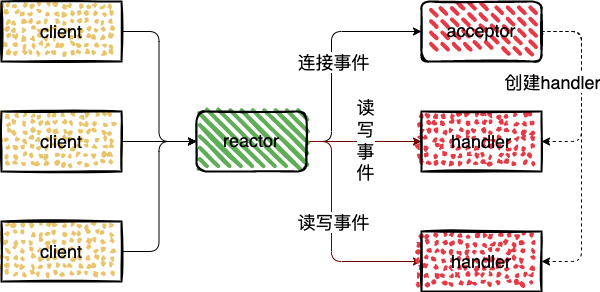
Earlier version of the draw.io export img/redis/redis-reactor.png (boilingfrog/Go-POINT). Source tidied: cells renumbered, new cells last; positions are measured from the earlier drawing's top-left corner, leaving out a move shared by most shapes.
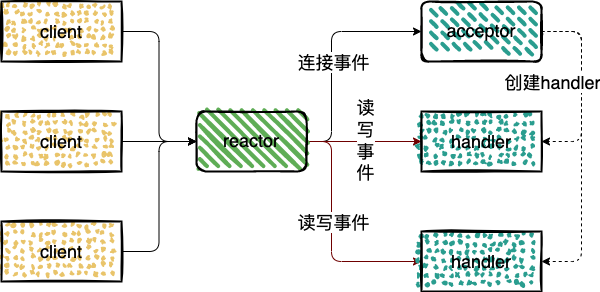
The same diagram one commit later.

Commit message:
feat:redis 中的原子性

The edit, as a diff of the source:
```diff
@@ -66,13 +66,13 @@
         <mxPoint x="-29" y="-7" as="offset" />
       </mxGeometry>
     </mxCell>
-    <mxCell id="14" value="&lt;font style=&quot;font-size: 18px&quot;&gt;acceptor&lt;/font&gt;" style="rounded=1;whiteSpace=wrap;html=1;fontFamily=Helvetica;fontSize=16;fontColor=default;strokeColor=default;fillColor=#E63946;strokeWidth=2;fillWeight=4;hachureGap=8;fillStyle=dashed;sketch=1;hachureAngle=45;" parent="1" vertex="1">
+    <mxCell id="14" value="&lt;font style=&quot;font-size: 18px&quot;&gt;acceptor&lt;/font&gt;" style="rounded=1;whiteSpace=wrap;html=1;fontFamily=Helvetica;fontSize=16;fontColor=default;strokeColor=default;fillColor=#2A9D8F;strokeWidth=2;fillWeight=4;hachureGap=8;fillStyle=dashed;sketch=1;hachureAngle=45;" parent="1" vertex="1">
       <mxGeometry x="420" width="120" height="60" as="geometry" />
     </mxCell>
-    <mxCell id="15" value="&lt;font style=&quot;font-size: 18px&quot;&gt;handler&lt;/font&gt;" style="rounded=0;whiteSpace=wrap;html=1;fontFamily=Helvetica;fontSize=12;fontColor=default;strokeColor=default;fillColor=#E63946;strokeWidth=2;fillWeight=2;hachureGap=8;fillStyle=dots;sketch=1;hachureAngle=45;" parent="1" vertex="1">
+    <mxCell id="15" value="&lt;font style=&quot;font-size: 18px&quot;&gt;handler&lt;/font&gt;" style="rounded=0;whiteSpace=wrap;html=1;fontFamily=Helvetica;fontSize=12;fontColor=default;strokeColor=default;fillColor=#2A9D8F;strokeWidth=2;fillWeight=2;hachureGap=8;fillStyle=dots;sketch=1;hachureAngle=45;" parent="1" vertex="1">
       <mxGeometry x="420" y="110" width="120" height="60" as="geometry" />
     </mxCell>
-    <mxCell id="16" value="&lt;font style=&quot;font-size: 18px&quot;&gt;handler&lt;/font&gt;" style="rounded=0;whiteSpace=wrap;html=1;fontFamily=Helvetica;fontSize=12;fontColor=default;strokeColor=default;fillColor=#E63946;strokeWidth=2;fillWeight=2;hachureGap=8;fillStyle=dots;sketch=1;hachureAngle=45;" parent="1" vertex="1">
+    <mxCell id="16" value="&lt;font style=&quot;font-size: 18px&quot;&gt;handler&lt;/font&gt;" style="rounded=0;whiteSpace=wrap;html=1;fontFamily=Helvetica;fontSize=12;fontColor=default;strokeColor=default;fillColor=#2A9D8F;strokeWidth=2;fillWeight=2;hachureGap=8;fillStyle=dots;sketch=1;hachureAngle=45;" parent="1" vertex="1">
       <mxGeometry x="420" y="230" width="120" height="60" as="geometry" />
     </mxCell>
     <mxCell id="17" style="edgeStyle=orthogonalEdgeStyle;html=1;entryX=0;entryY=0.5;entryDx=0;entryDy=0;fontSize=18;" parent="1" edge="1" source="18" target="10">
```
